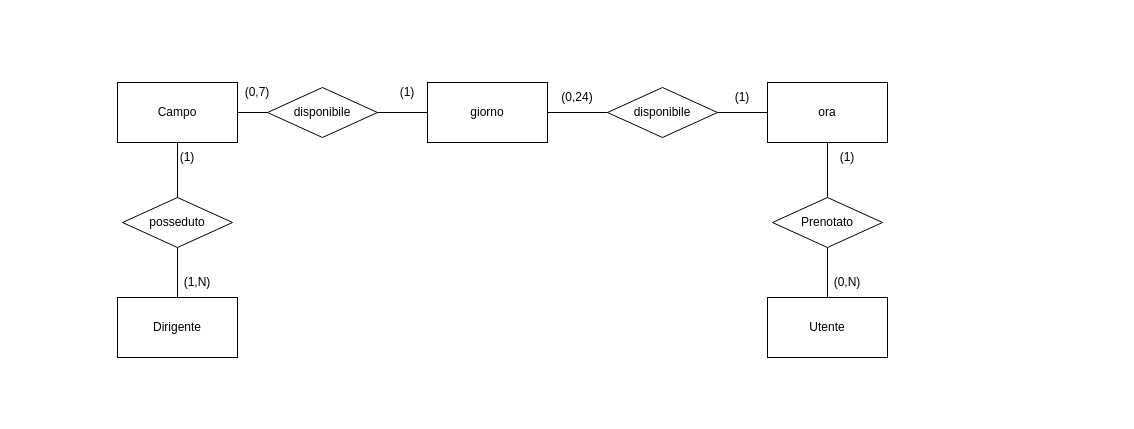
simplayy/PrenotaCampo keeps this draw.io diagram as uml.drawio. Above is the earlier version. Source tidied: cells renumbered, new cells numbered last; positions are measured from the earlier drawing's top-left corner, leaving out a move shared by most shapes. Both pictures are drawn from the tidied source at 100%, with x=0, y=0 at pixel (117, 77).
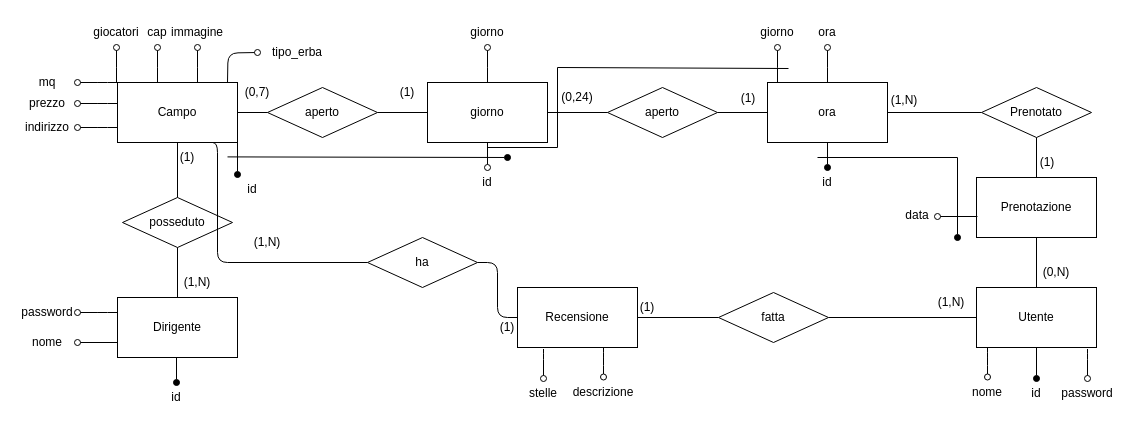
The same diagram, later.

Unchanged cells that the change refers to:
```xml
<mxCell id="2" value="Campo" style="rounded=0;whiteSpace=wrap;html=1;" parent="1" vertex="1">
  <mxGeometry y="5" width="120" height="60" as="geometry" />
</mxCell>
<mxCell id="5" value="giorno" style="rounded=0;whiteSpace=wrap;html=1;" parent="1" vertex="1">
  <mxGeometry x="310" y="5" width="120" height="60" as="geometry" />
</mxCell>
<mxCell id="9" value="ora" style="rounded=0;whiteSpace=wrap;html=1;" parent="1" vertex="1">
  <mxGeometry x="650" y="5" width="120" height="60" as="geometry" />
</mxCell>
<mxCell id="21" value="Dirigente" style="rounded=0;whiteSpace=wrap;html=1;" parent="1" vertex="1">
  <mxGeometry y="220" width="120" height="60" as="geometry" />
</mxCell>
```

Change to the diagram source:
```diff
@@
-    <mxCell id="3" value="Prenotato" style="rhombus;whiteSpace=wrap;html=1;" parent="1" vertex="1">
-      <mxGeometry x="655" y="120" width="110" height="50" as="geometry" />
-    </mxCell>
-    <mxCell id="4" value="disponibile" style="rhombus;whiteSpace=wrap;html=1;" parent="1" vertex="1">
+    <mxCell id="4" value="aperto" style="rhombus;whiteSpace=wrap;html=1;" parent="1" vertex="1">
       <mxGeometry x="150" y="10" width="110" height="50" as="geometry" />
     </mxCell>
@@
-    <mxCell id="8" value="disponibile" style="rhombus;whiteSpace=wrap;html=1;" parent="1" vertex="1">
+    <mxCell id="8" value="aperto" style="rhombus;whiteSpace=wrap;html=1;" parent="1" vertex="1">
       <mxGeometry x="490" y="10" width="110" height="50" as="geometry" />
     </mxCell>
@@
     <mxCell id="12" value="Utente" style="rounded=0;whiteSpace=wrap;html=1;" parent="1" vertex="1">
-      <mxGeometry x="650" y="220" width="120" height="60" as="geometry" />
+      <mxGeometry x="859" y="210" width="120" height="60" as="geometry" />
     </mxCell>
-    <mxCell id="13" style="endArrow=none;html=1;rounded=0;entryX=0.5;entryY=1;entryDx=0;entryDy=0;exitX=0.5;exitY=0;exitDx=0;exitDy=0;" parent="1" edge="1" source="3" target="9">
+    <mxCell id="13" style="endArrow=none;html=1;rounded=0;exitX=0;exitY=0.5;exitDx=0;exitDy=0;entryX=1;entryY=0.5;entryDx=0;entryDy=0;" parent="1" edge="1" source="3" target="9">
       <mxGeometry relative="1" as="geometry" />
     </mxCell>
-    <mxCell id="14" style="endArrow=none;html=1;rounded=0;entryX=0.5;entryY=1;entryDx=0;entryDy=0;exitX=0.5;exitY=0;exitDx=0;exitDy=0;" parent="1" edge="1" source="12" target="3">
-      <mxGeometry relative="1" as="geometry" />
+    <mxCell id="14" style="endArrow=none;html=1;rounded=0;entryX=0.5;entryY=1;entryDx=0;entryDy=0;exitX=0.5;exitY=0;exitDx=0;exitDy=0;" parent="1" edge="1" source="12">
+      <mxGeometry relative="1" as="geometry">
+        <mxPoint x="919" y="160" as="targetPoint" />
+      </mxGeometry>
     </mxCell>
@@
     <mxCell id="18" value="(1)" style="text;html=1;strokeColor=none;fillColor=none;align=center;verticalAlign=middle;whiteSpace=wrap;rounded=0;" parent="1" vertex="1">
-      <mxGeometry x="595" y="5" width="60" height="30" as="geometry" />
+      <mxGeometry x="601" y="6" width="60" height="30" as="geometry" />
     </mxCell>
-    <mxCell id="19" value="(1)" style="text;html=1;strokeColor=none;fillColor=none;align=center;verticalAlign=middle;whiteSpace=wrap;rounded=0;" parent="1" vertex="1">
-      <mxGeometry x="700" y="65" width="60" height="30" as="geometry" />
+    <mxCell id="19" value="(1,N)" style="text;html=1;strokeColor=none;fillColor=none;align=center;verticalAlign=middle;whiteSpace=wrap;rounded=0;" parent="1" vertex="1">
+      <mxGeometry x="757" y="8" width="60" height="30" as="geometry" />
     </mxCell>
     <mxCell id="20" value="(0,N)" style="text;html=1;strokeColor=none;fillColor=none;align=center;verticalAlign=middle;whiteSpace=wrap;rounded=0;" parent="1" vertex="1">
-      <mxGeometry x="700" y="190" width="60" height="30" as="geometry" />
+      <mxGeometry x="909" y="180" width="60" height="30" as="geometry" />
     </mxCell>
@@
+    <mxCell id="27" value="Prenotazione" style="rounded=0;whiteSpace=wrap;html=1;" parent="1" vertex="1">
+      <mxGeometry x="859" y="100" width="120" height="60" as="geometry" />
+    </mxCell>
+    <mxCell id="3" value="Prenotato" style="rhombus;whiteSpace=wrap;html=1;" parent="1" vertex="1">
+      <mxGeometry x="864" y="10" width="110" height="50" as="geometry" />
+    </mxCell>
+    <mxCell id="28" style="endArrow=none;html=1;rounded=0;entryX=0.5;entryY=1;entryDx=0;entryDy=0;exitX=0.5;exitY=0;exitDx=0;exitDy=0;" parent="1" edge="1" source="27" target="3">
+      <mxGeometry relative="1" as="geometry" />
+    </mxCell>
+    <mxCell id="29" value="(1)" style="text;html=1;strokeColor=none;fillColor=none;align=center;verticalAlign=middle;whiteSpace=wrap;rounded=0;" parent="1" vertex="1">
+      <mxGeometry x="900" y="70" width="60" height="30" as="geometry" />
+    </mxCell>
+    <mxCell id="30" style="endArrow=none;html=1;rounded=1;entryX=0.008;entryY=0.65;entryDx=0;entryDy=0;entryPerimeter=0;startArrow=oval;startFill=0;" parent="1" edge="1" target="27">
+      <mxGeometry relative="1" as="geometry">
+        <mxPoint x="820" y="139" as="sourcePoint" />
+      </mxGeometry>
+    </mxCell>
+    <mxCell id="31" value="data" style="text;html=1;strokeColor=none;fillColor=none;align=center;verticalAlign=middle;whiteSpace=wrap;rounded=0;" parent="1" vertex="1">
+      <mxGeometry x="770" y="123" width="60" height="30" as="geometry" />
+    </mxCell>
+    <mxCell id="32" style="endArrow=none;html=1;rounded=1;endFill=0;startArrow=oval;startFill=1;" parent="1" edge="1">
+      <mxGeometry relative="1" as="geometry">
+        <mxPoint x="840" y="160" as="sourcePoint" />
+        <mxPoint x="840" y="80" as="targetPoint" />
+      </mxGeometry>
+    </mxCell>
+    <mxCell id="33" style="endArrow=none;html=1;rounded=1;entryX=0.5;entryY=1;entryDx=0;entryDy=0;endFill=0;startArrow=oval;startFill=1;" parent="1" edge="1" target="9">
+      <mxGeometry relative="1" as="geometry">
+        <mxPoint x="710" y="90" as="sourcePoint" />
+      </mxGeometry>
+    </mxCell>
+    <mxCell id="34" style="endArrow=none;html=1;rounded=1;" parent="1" edge="1">
+      <mxGeometry relative="1" as="geometry">
+        <mxPoint x="700" y="80" as="sourcePoint" />
+        <mxPoint x="840" y="80" as="targetPoint" />
+      </mxGeometry>
+    </mxCell>
+    <mxCell id="35" value="id" style="text;html=1;strokeColor=none;fillColor=none;align=center;verticalAlign=middle;whiteSpace=wrap;rounded=0;" parent="1" vertex="1">
+      <mxGeometry x="680" y="90" width="60" height="30" as="geometry" />
+    </mxCell>
+    <mxCell id="36" style="edgeStyle=orthogonalEdgeStyle;rounded=1;jettySize=auto;html=1;startArrow=oval;startFill=0;endArrow=none;endFill=0;" parent="1" edge="1" source="37" target="5">
+      <mxGeometry relative="1" as="geometry" />
+    </mxCell>
+    <mxCell id="37" value="id" style="text;html=1;strokeColor=none;fillColor=none;align=center;verticalAlign=middle;whiteSpace=wrap;rounded=0;" parent="1" vertex="1">
+      <mxGeometry x="340" y="90" width="60" height="30" as="geometry" />
+    </mxCell>
+    <mxCell id="38" style="endArrow=none;html=1;rounded=1;endFill=0;startArrow=oval;startFill=1;exitX=0.25;exitY=0;exitDx=0;exitDy=0;entryX=1;entryY=1;entryDx=0;entryDy=0;" parent="1" edge="1" source="39" target="2">
+      <mxGeometry relative="1" as="geometry" />
+    </mxCell>
+    <mxCell id="39" value="id" style="text;html=1;strokeColor=none;fillColor=none;align=center;verticalAlign=middle;whiteSpace=wrap;rounded=0;" parent="1" vertex="1">
+      <mxGeometry x="105" y="97" width="60" height="30" as="geometry" />
+    </mxCell>
+    <mxCell id="40" style="endArrow=none;html=1;rounded=1;entryX=0.5;entryY=1;entryDx=0;entryDy=0;endFill=0;startArrow=oval;startFill=1;" parent="1" edge="1">
+      <mxGeometry relative="1" as="geometry">
+        <mxPoint x="59" y="305" as="sourcePoint" />
+        <mxPoint x="59" y="280" as="targetPoint" />
+      </mxGeometry>
+    </mxCell>
+    <mxCell id="41" value="id" style="text;html=1;strokeColor=none;fillColor=none;align=center;verticalAlign=middle;whiteSpace=wrap;rounded=0;" parent="1" vertex="1">
+      <mxGeometry x="29" y="305" width="60" height="30" as="geometry" />
+    </mxCell>
+    <mxCell id="42" style="endArrow=none;html=1;rounded=1;entryX=0.5;entryY=1;entryDx=0;entryDy=0;endFill=0;startArrow=oval;startFill=1;exitX=0.5;exitY=0;exitDx=0;exitDy=0;" parent="1" edge="1" source="43">
+      <mxGeometry relative="1" as="geometry">
+        <mxPoint x="919" y="270" as="targetPoint" />
+      </mxGeometry>
+    </mxCell>
+    <mxCell id="43" value="id" style="text;html=1;strokeColor=none;fillColor=none;align=center;verticalAlign=middle;whiteSpace=wrap;rounded=0;" parent="1" vertex="1">
+      <mxGeometry x="889" y="301" width="60" height="30" as="geometry" />
+    </mxCell>
+    <mxCell id="44" style="endArrow=none;html=1;rounded=1;endFill=0;startArrow=oval;startFill=1;" parent="1" edge="1">
+      <mxGeometry relative="1" as="geometry">
+        <mxPoint x="390" y="80" as="sourcePoint" />
+        <mxPoint x="110" y="79.4" as="targetPoint" />
+      </mxGeometry>
+    </mxCell>
+    <mxCell id="45" style="edgeStyle=orthogonalEdgeStyle;rounded=1;jettySize=auto;html=1;startArrow=none;startFill=0;endArrow=none;endFill=0;entryX=0;entryY=0.5;entryDx=0;entryDy=0;" parent="1" edge="1" source="46" target="78">
+      <mxGeometry relative="1" as="geometry" />
+    </mxCell>
+    <mxCell id="46" value="Recensione" style="rounded=0;whiteSpace=wrap;html=1;" parent="1" vertex="1">
+      <mxGeometry x="400" y="210" width="120" height="60" as="geometry" />
+    </mxCell>
+    <mxCell id="47" style="edgeStyle=orthogonalEdgeStyle;rounded=1;jettySize=auto;html=1;startArrow=oval;startFill=0;endArrow=none;endFill=0;entryX=0;entryY=0.75;entryDx=0;entryDy=0;" parent="1" edge="1" source="48" target="21">
+      <mxGeometry relative="1" as="geometry" />
+    </mxCell>
+    <mxCell id="48" value="nome" style="text;html=1;strokeColor=none;fillColor=none;align=center;verticalAlign=middle;whiteSpace=wrap;rounded=0;" parent="1" vertex="1">
+      <mxGeometry x="-100" y="250" width="60" height="30" as="geometry" />
+    </mxCell>
+    <mxCell id="49" style="edgeStyle=orthogonalEdgeStyle;rounded=1;jettySize=auto;html=1;startArrow=oval;startFill=0;endArrow=none;endFill=0;entryX=0;entryY=0.75;entryDx=0;entryDy=0;" parent="1" edge="1" source="50">
+      <mxGeometry relative="1" as="geometry">
+        <mxPoint y="235" as="targetPoint" />
+      </mxGeometry>
+    </mxCell>
+    <mxCell id="50" value="password" style="text;html=1;strokeColor=none;fillColor=none;align=center;verticalAlign=middle;whiteSpace=wrap;rounded=0;" parent="1" vertex="1">
+      <mxGeometry x="-100" y="220" width="60" height="30" as="geometry" />
+    </mxCell>
+    <mxCell id="51" style="edgeStyle=orthogonalEdgeStyle;rounded=1;jettySize=auto;html=1;startArrow=oval;startFill=0;endArrow=none;endFill=0;entryX=0;entryY=0.75;entryDx=0;entryDy=0;" parent="1" edge="1" source="52">
+      <mxGeometry relative="1" as="geometry">
+        <mxPoint y="50" as="targetPoint" />
+      </mxGeometry>
+    </mxCell>
+    <mxCell id="52" value="indirizzo" style="text;html=1;strokeColor=none;fillColor=none;align=center;verticalAlign=middle;whiteSpace=wrap;rounded=0;" parent="1" vertex="1">
+      <mxGeometry x="-100" y="35" width="60" height="30" as="geometry" />
+    </mxCell>
+    <mxCell id="53" style="edgeStyle=orthogonalEdgeStyle;rounded=1;jettySize=auto;html=1;startArrow=oval;startFill=0;endArrow=none;endFill=0;entryX=0;entryY=0.75;entryDx=0;entryDy=0;" parent="1" edge="1" source="54">
+      <mxGeometry relative="1" as="geometry">
+        <mxPoint y="26" as="targetPoint" />
+      </mxGeometry>
+    </mxCell>
+    <mxCell id="54" value="prezzo" style="text;html=1;strokeColor=none;fillColor=none;align=center;verticalAlign=middle;whiteSpace=wrap;rounded=0;" parent="1" vertex="1">
+      <mxGeometry x="-100" y="11" width="60" height="30" as="geometry" />
+    </mxCell>
+    <mxCell id="55" style="edgeStyle=orthogonalEdgeStyle;rounded=1;jettySize=auto;html=1;startArrow=oval;startFill=0;endArrow=none;endFill=0;entryX=0;entryY=0.75;entryDx=0;entryDy=0;" parent="1" edge="1" source="56">
+      <mxGeometry relative="1" as="geometry">
+        <mxPoint y="5" as="targetPoint" />
+      </mxGeometry>
+    </mxCell>
+    <mxCell id="56" value="mq" style="text;html=1;strokeColor=none;fillColor=none;align=center;verticalAlign=middle;whiteSpace=wrap;rounded=0;" parent="1" vertex="1">
+      <mxGeometry x="-100" y="-10" width="60" height="30" as="geometry" />
+    </mxCell>
+    <mxCell id="57" style="edgeStyle=orthogonalEdgeStyle;rounded=1;jettySize=auto;html=1;startArrow=oval;startFill=0;endArrow=none;endFill=0;entryX=0.25;entryY=0;entryDx=0;entryDy=0;" parent="1" edge="1" source="58">
+      <mxGeometry relative="1" as="geometry">
+        <mxPoint x="-1" y="5" as="targetPoint" />
+      </mxGeometry>
+    </mxCell>
+    <mxCell id="58" value="giocatori" style="text;html=1;strokeColor=none;fillColor=none;align=center;verticalAlign=middle;whiteSpace=wrap;rounded=0;" parent="1" vertex="1">
+      <mxGeometry x="-31" y="-60" width="60" height="30" as="geometry" />
+    </mxCell>
+    <mxCell id="59" style="edgeStyle=orthogonalEdgeStyle;rounded=1;jettySize=auto;html=1;startArrow=oval;startFill=0;endArrow=none;endFill=0;entryX=0.25;entryY=0;entryDx=0;entryDy=0;" parent="1" edge="1" source="60">
+      <mxGeometry relative="1" as="geometry">
+        <mxPoint x="40" y="5" as="targetPoint" />
+      </mxGeometry>
+    </mxCell>
+    <mxCell id="60" value="cap" style="text;html=1;strokeColor=none;fillColor=none;align=center;verticalAlign=middle;whiteSpace=wrap;rounded=0;" parent="1" vertex="1">
+      <mxGeometry x="10" y="-60" width="60" height="30" as="geometry" />
+    </mxCell>
+    <mxCell id="61" style="edgeStyle=orthogonalEdgeStyle;rounded=1;jettySize=auto;html=1;startArrow=oval;startFill=0;endArrow=none;endFill=0;entryX=0.25;entryY=0;entryDx=0;entryDy=0;" parent="1" edge="1" source="62">
+      <mxGeometry relative="1" as="geometry">
+        <mxPoint x="80" y="5" as="targetPoint" />
+      </mxGeometry>
+    </mxCell>
+    <mxCell id="62" value="immagine" style="text;html=1;strokeColor=none;fillColor=none;align=center;verticalAlign=middle;whiteSpace=wrap;rounded=0;" parent="1" vertex="1">
+      <mxGeometry x="50" y="-60" width="60" height="30" as="geometry" />
+    </mxCell>
+    <mxCell id="63" style="edgeStyle=orthogonalEdgeStyle;rounded=1;orthogonalLoop=1;jettySize=auto;html=1;startArrow=oval;startFill=0;endArrow=none;endFill=0;entryX=0;entryY=0;entryDx=0;entryDy=0;" parent="1" edge="1">
+      <mxGeometry relative="1" as="geometry">
+        <mxPoint x="140" y="-25" as="sourcePoint" />
+        <mxPoint x="110" y="5" as="targetPoint" />
+      </mxGeometry>
+    </mxCell>
+    <mxCell id="64" value="tipo_erba" style="text;html=1;strokeColor=none;fillColor=none;align=center;verticalAlign=middle;whiteSpace=wrap;rounded=0;" parent="1" vertex="1">
+      <mxGeometry x="150" y="-40" width="60" height="30" as="geometry" />
+    </mxCell>
+    <mxCell id="65" style="edgeStyle=orthogonalEdgeStyle;rounded=1;jettySize=auto;html=1;startArrow=oval;startFill=0;endArrow=none;endFill=0;entryX=0.25;entryY=0;entryDx=0;entryDy=0;" parent="1" edge="1" source="66">
+      <mxGeometry relative="1" as="geometry">
+        <mxPoint x="370" y="5" as="targetPoint" />
+      </mxGeometry>
+    </mxCell>
+    <mxCell id="66" value="giorno" style="text;html=1;strokeColor=none;fillColor=none;align=center;verticalAlign=middle;whiteSpace=wrap;rounded=0;" parent="1" vertex="1">
+      <mxGeometry x="340" y="-60" width="60" height="30" as="geometry" />
+    </mxCell>
+    <mxCell id="67" style="edgeStyle=orthogonalEdgeStyle;rounded=1;jettySize=auto;html=1;startArrow=oval;startFill=0;endArrow=none;endFill=0;entryX=0.25;entryY=0;entryDx=0;entryDy=0;" parent="1" edge="1" source="68">
+      <mxGeometry relative="1" as="geometry">
+        <mxPoint x="710" y="5" as="targetPoint" />
+      </mxGeometry>
+    </mxCell>
+    <mxCell id="68" value="ora" style="text;html=1;strokeColor=none;fillColor=none;align=center;verticalAlign=middle;whiteSpace=wrap;rounded=0;" parent="1" vertex="1">
+      <mxGeometry x="680" y="-60" width="60" height="30" as="geometry" />
+    </mxCell>
+    <mxCell id="69" style="edgeStyle=orthogonalEdgeStyle;rounded=1;jettySize=auto;html=1;startArrow=oval;startFill=0;endArrow=none;endFill=0;entryX=0.25;entryY=0;entryDx=0;entryDy=0;" parent="1" edge="1" source="70">
+      <mxGeometry relative="1" as="geometry">
+        <mxPoint x="660" y="5" as="targetPoint" />
+      </mxGeometry>
+    </mxCell>
+    <mxCell id="70" value="giorno" style="text;html=1;strokeColor=none;fillColor=none;align=center;verticalAlign=middle;whiteSpace=wrap;rounded=0;" parent="1" vertex="1">
+      <mxGeometry x="630" y="-60" width="60" height="30" as="geometry" />
+    </mxCell>
+    <mxCell id="71" style="endArrow=none;html=1;rounded=1;endFill=0;startArrow=none;startFill=0;" parent="1" edge="1">
+      <mxGeometry relative="1" as="geometry">
+        <mxPoint x="671" y="-9" as="sourcePoint" />
+        <mxPoint x="440" y="-10" as="targetPoint" />
+      </mxGeometry>
+    </mxCell>
+    <mxCell id="72" style="endArrow=none;html=1;rounded=1;" parent="1" edge="1">
+      <mxGeometry relative="1" as="geometry">
+        <mxPoint x="440" y="70" as="sourcePoint" />
+        <mxPoint x="440" y="-10" as="targetPoint" />
+      </mxGeometry>
+    </mxCell>
+    <mxCell id="73" style="endArrow=none;html=1;rounded=1;endFill=0;startArrow=none;startFill=0;" parent="1" edge="1">
+      <mxGeometry relative="1" as="geometry">
+        <mxPoint x="440" y="70" as="sourcePoint" />
+        <mxPoint x="370" y="70" as="targetPoint" />
+      </mxGeometry>
+    </mxCell>
+    <mxCell id="74" style="edgeStyle=orthogonalEdgeStyle;rounded=1;jettySize=auto;html=1;entryX=0.75;entryY=1;entryDx=0;entryDy=0;startArrow=none;startFill=0;endArrow=none;endFill=0;" parent="1" edge="1" source="76" target="2">
+      <mxGeometry relative="1" as="geometry">
+        <Array as="points">
+          <mxPoint x="100" y="185" />
+          <mxPoint x="100" y="65" />
+        </Array>
+      </mxGeometry>
+    </mxCell>
+    <mxCell id="75" style="edgeStyle=orthogonalEdgeStyle;rounded=1;jettySize=auto;html=1;exitX=1;exitY=0.5;exitDx=0;exitDy=0;entryX=0;entryY=0.5;entryDx=0;entryDy=0;startArrow=none;startFill=0;endArrow=none;endFill=0;" parent="1" edge="1" source="76" target="46">
+      <mxGeometry relative="1" as="geometry" />
+    </mxCell>
+    <mxCell id="76" value="ha" style="rhombus;whiteSpace=wrap;html=1;" parent="1" vertex="1">
+      <mxGeometry x="250" y="160" width="110" height="50" as="geometry" />
+    </mxCell>
+    <mxCell id="77" style="edgeStyle=orthogonalEdgeStyle;rounded=1;jettySize=auto;html=1;entryX=0;entryY=0.5;entryDx=0;entryDy=0;startArrow=none;startFill=0;endArrow=none;endFill=0;" parent="1" edge="1" source="78" target="12">
+      <mxGeometry relative="1" as="geometry" />
+    </mxCell>
+    <mxCell id="78" value="fatta" style="rhombus;whiteSpace=wrap;html=1;" parent="1" vertex="1">
+      <mxGeometry x="601" y="215" width="110" height="50" as="geometry" />
+    </mxCell>
+    <mxCell id="79" value="(1)" style="text;html=1;strokeColor=none;fillColor=none;align=center;verticalAlign=middle;whiteSpace=wrap;rounded=0;" parent="1" vertex="1">
+      <mxGeometry x="500" y="215" width="60" height="30" as="geometry" />
+    </mxCell>
+    <mxCell id="80" value="(1,N)" style="text;html=1;strokeColor=none;fillColor=none;align=center;verticalAlign=middle;whiteSpace=wrap;rounded=0;" parent="1" vertex="1">
+      <mxGeometry x="804" y="210" width="60" height="30" as="geometry" />
+    </mxCell>
+    <mxCell id="81" value="(1,N)" style="text;html=1;strokeColor=none;fillColor=none;align=center;verticalAlign=middle;whiteSpace=wrap;rounded=0;" parent="1" vertex="1">
+      <mxGeometry x="120" y="150" width="60" height="30" as="geometry" />
+    </mxCell>
+    <mxCell id="82" value="(1)" style="text;html=1;strokeColor=none;fillColor=none;align=center;verticalAlign=middle;whiteSpace=wrap;rounded=0;" parent="1" vertex="1">
+      <mxGeometry x="360" y="235" width="60" height="30" as="geometry" />
+    </mxCell>
+    <mxCell id="83" style="edgeStyle=orthogonalEdgeStyle;rounded=1;jettySize=auto;html=1;entryX=0.417;entryY=1.025;entryDx=0;entryDy=0;entryPerimeter=0;startArrow=oval;startFill=0;endArrow=none;endFill=0;" parent="1" edge="1" source="84">
+      <mxGeometry relative="1" as="geometry">
+        <mxPoint x="426" y="271.5" as="targetPoint" />
+      </mxGeometry>
+    </mxCell>
+    <mxCell id="84" value="stelle" style="text;html=1;strokeColor=none;fillColor=none;align=center;verticalAlign=middle;whiteSpace=wrap;rounded=0;" parent="1" vertex="1">
+      <mxGeometry x="396" y="301" width="60" height="30" as="geometry" />
+    </mxCell>
+    <mxCell id="85" style="edgeStyle=orthogonalEdgeStyle;rounded=1;jettySize=auto;html=1;entryX=0.417;entryY=1.025;entryDx=0;entryDy=0;entryPerimeter=0;startArrow=oval;startFill=0;endArrow=none;endFill=0;" parent="1" edge="1" source="86">
+      <mxGeometry relative="1" as="geometry">
+        <mxPoint x="486" y="270" as="targetPoint" />
+      </mxGeometry>
+    </mxCell>
+    <mxCell id="86" value="descrizione" style="text;html=1;strokeColor=none;fillColor=none;align=center;verticalAlign=middle;whiteSpace=wrap;rounded=0;" parent="1" vertex="1">
+      <mxGeometry x="456" y="299.5" width="60" height="30" as="geometry" />
+    </mxCell>
+    <mxCell id="87" style="edgeStyle=orthogonalEdgeStyle;rounded=1;jettySize=auto;html=1;entryX=0.417;entryY=1.025;entryDx=0;entryDy=0;entryPerimeter=0;startArrow=oval;startFill=0;endArrow=none;endFill=0;" parent="1" edge="1" source="88">
+      <mxGeometry relative="1" as="geometry">
+        <mxPoint x="870" y="270" as="targetPoint" />
+      </mxGeometry>
+    </mxCell>
+    <mxCell id="88" value="nome" style="text;html=1;strokeColor=none;fillColor=none;align=center;verticalAlign=middle;whiteSpace=wrap;rounded=0;" parent="1" vertex="1">
+      <mxGeometry x="840" y="299.5" width="60" height="30" as="geometry" />
+    </mxCell>
+    <mxCell id="89" style="edgeStyle=orthogonalEdgeStyle;rounded=1;jettySize=auto;html=1;entryX=0.417;entryY=1.025;entryDx=0;entryDy=0;entryPerimeter=0;startArrow=oval;startFill=0;endArrow=none;endFill=0;" parent="1" edge="1" source="90">
+      <mxGeometry relative="1" as="geometry">
+        <mxPoint x="970" y="271.5" as="targetPoint" />
+      </mxGeometry>
+    </mxCell>
+    <mxCell id="90" value="password" style="text;html=1;strokeColor=none;fillColor=none;align=center;verticalAlign=middle;whiteSpace=wrap;rounded=0;" parent="1" vertex="1">
+      <mxGeometry x="940" y="301" width="60" height="30" as="geometry" />
+    </mxCell>
```
